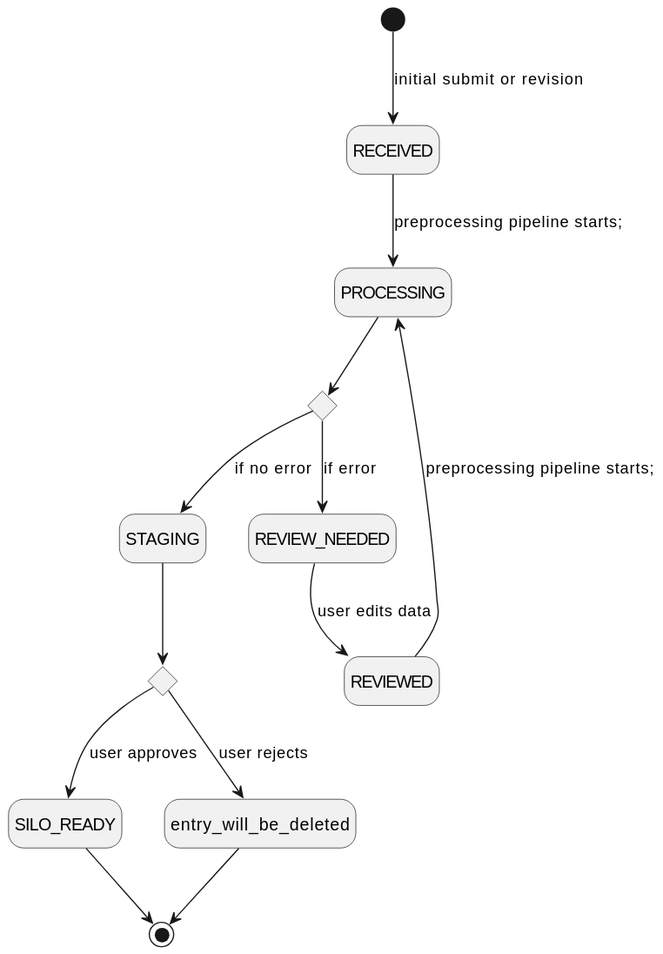
loculus-project/loculus keeps this PlantUML diagram as backend/docs/plantuml/statusChange.svg. Above is the earlier version.
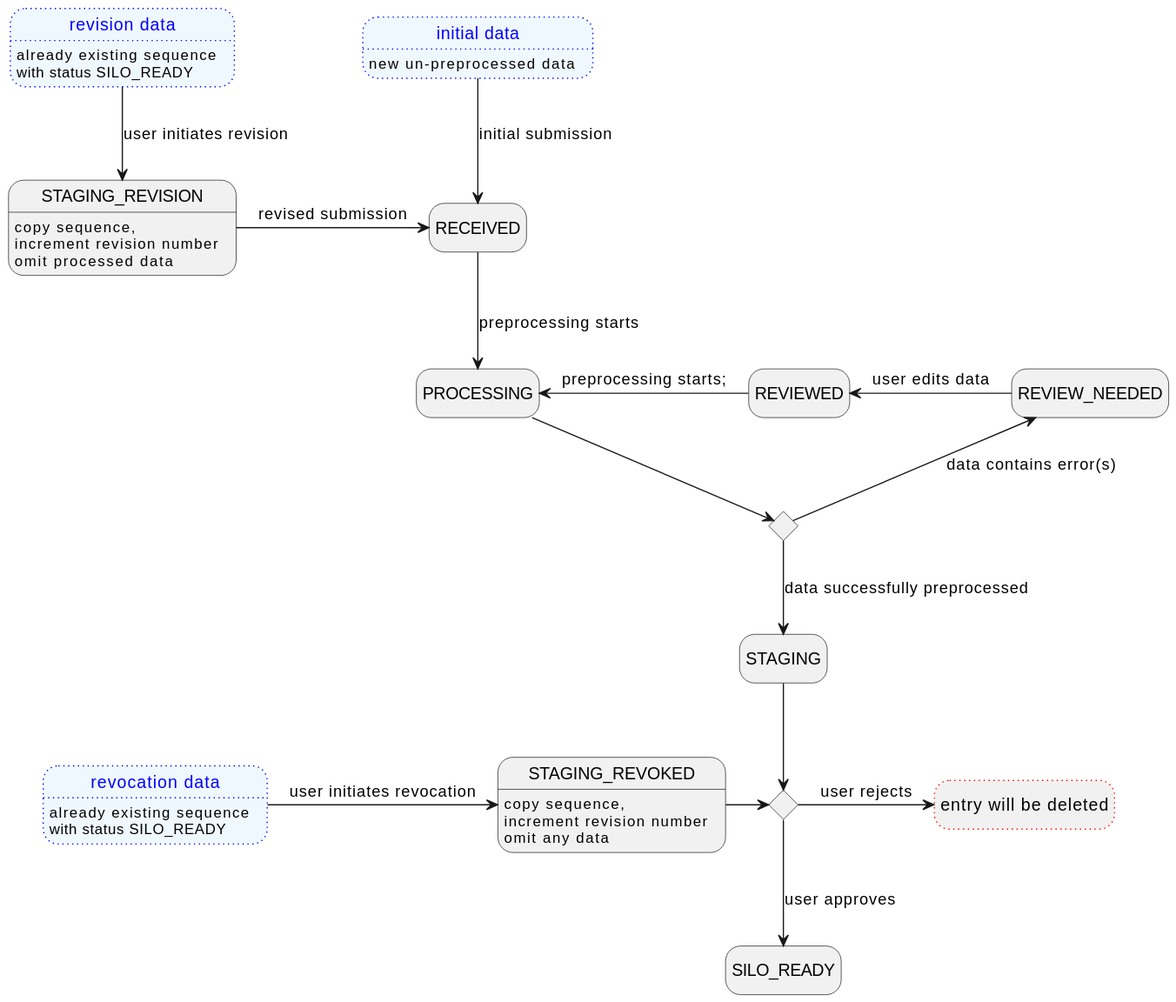
The same diagram one commit later.

Diff of the diagram source:
```diff
@@ -1,26 +1,53 @@
 @startuml
-  hide empty description
+    hide empty description
 
-  state RECEIVED
-  state PROCESSING
-  state REVIEW_NEEDED
-  state REVIEWED
-  state SILO_READY
-  state entry_will_be_deleted
+    state INITIAL_DATA as "initial data" #aliceblue;line:blue;line.dotted;text:blue {
+        INITIAL_DATA: new un-preprocessed data
+        }
+    state REVISION_DATA as "revision data" #aliceblue;line:blue;line.dotted;text:blue {
+        REVISION_DATA: already existing sequence
+        REVISION_DATA: with status SILO_READY
+    }
+    state REVOKED_DATA as "revocation data" #aliceblue;line:blue;line.dotted;text:blue{
+        REVOKED_DATA: already existing sequence
+        REVOKED_DATA: with status SILO_READY
+    }
 
-  state is_error <<choice>>
-  state is_approved <<choice>>
+    state STAGING_REVISION {
+    STAGING_REVISION: copy sequence,
+        STAGING_REVISION: increment revision number
+        STAGING_REVISION: omit processed data
+        }
+    state STAGING_REVOKED {
+      STAGING_REVOKED: copy sequence,
+          STAGING_REVOKED: increment revision number
+          STAGING_REVOKED: omit any data
+          }
+    state RECEIVED
+    state PROCESSING
+    state REVIEW_NEEDED
+    state REVIEWED
+    state SILO_READY
 
-  [*] --> RECEIVED : initial submit or revision
-  RECEIVED --> PROCESSING : preprocessing pipeline starts;
-  PROCESSING --> is_error
-  is_error --> REVIEW_NEEDED : if error
-  REVIEW_NEEDED --> REVIEWED : user edits data
-  REVIEWED --> PROCESSING : preprocessing pipeline starts;
-  is_error --> STAGING : if no error
-  STAGING --> is_approved
-  is_approved --> SILO_READY : user approves
-  is_approved --> entry_will_be_deleted : user rejects
-  SILO_READY --> [*]
-  entry_will_be_deleted --> [*]
+    state DELETION as "entry will be deleted" #line:red;line.dotted
+    state is_error <<choice>>
+    state is_approved <<choice>>
+
+
+    REVOKED_DATA -right-> STAGING_REVOKED : user initiates revocation
+    STAGING_REVOKED -right-> is_approved
+
+    INITIAL_DATA --> RECEIVED : initial submission
+    REVISION_DATA -d-> STAGING_REVISION : user initiates revision
+
+    STAGING_REVISION -r-> RECEIVED : revised submission
+    RECEIVED --> PROCESSING : preprocessing starts
+    PROCESSING --> is_error
+    is_error -u-> REVIEW_NEEDED : data contains error(s)
+    REVIEW_NEEDED -l-> REVIEWED : user edits data
+    REVIEWED -l-> PROCESSING : preprocessing starts;
+    is_error --> STAGING : data successfully preprocessed
+    STAGING --> is_approved
+    is_approved -d-> SILO_READY : user approves
+    is_approved -r-> DELETION : user rejects
 @enduml
```
